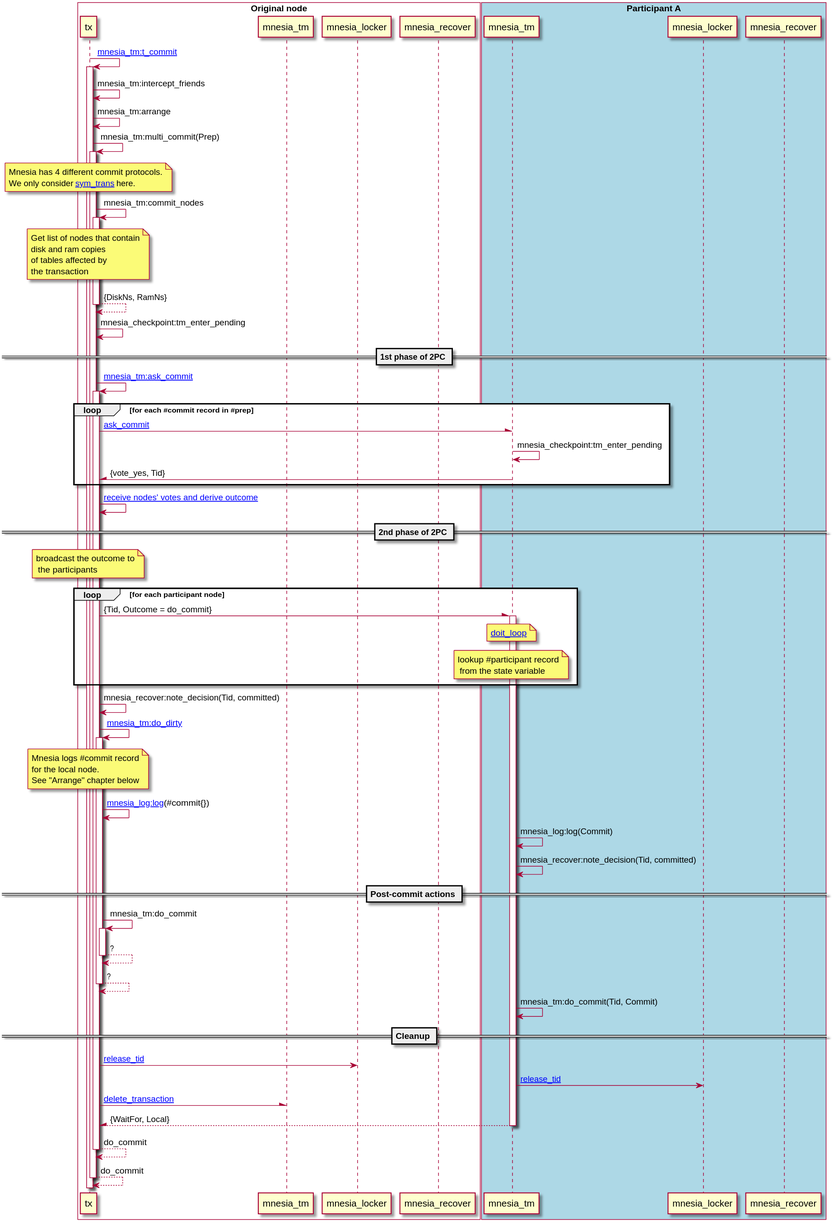
The PlantUML diagram posts/mnesia_subscr.svg in k32/k32, before a commit.
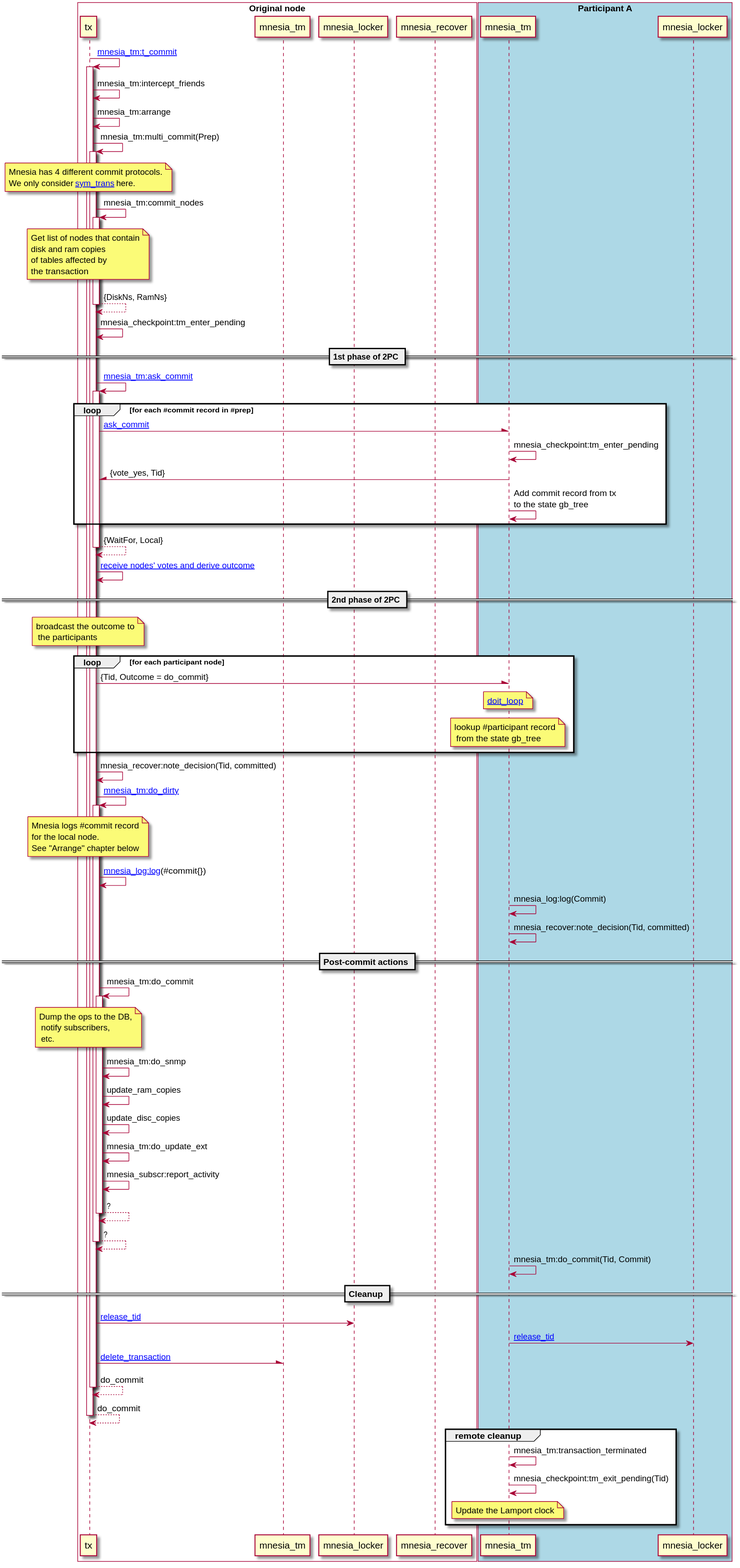
The same file after the commit.

Diff of the diagram source:
```diff
@@ -9,7 +9,6 @@
 box "Participant A" #LightBlue
   participant mnesia_tm as tm_a
   participant mnesia_locker as locker_a
-  participant mnesia_recover as recover_a
 end box
 
 tx -> tx ++ : [[https://github.com/erlang/otp/blob/OTP-24.0/lib/mnesia/src/mnesia_tm.erl#L1094 mnesia_tm:t_commit]]
@@ -32,17 +31,19 @@
         tx -\ tm_a : [[https://github.com/erlang/otp/blob/OTP-24.0/lib/mnesia/src/mnesia_tm.erl#L248 ask_commit]]
         tm_a -> tm_a : mnesia_checkpoint:tm_enter_pending
         tx /- tm_a : {vote_yes, Tid}
+
+        tm_a -> tm_a : Add commit record from tx\nto the state gb_tree
       end
+    return {WaitFor, Local}
 
-      tx -> tx : [[https://github.com/erlang/otp/blob/OTP-24.0/lib/mnesia/src/mnesia_tm.erl#L2097 receive nodes' votes and derive outcome]]
+    tx -> tx : [[https://github.com/erlang/otp/blob/OTP-24.0/lib/mnesia/src/mnesia_tm.erl#L2097 receive nodes' votes and derive outcome]]
 
 == 2nd phase of 2PC ==
     note over tx : broadcast the outcome to\n the participants
     loop for each participant node
         tx -\ tm_a : {Tid, Outcome = do_commit}
-        activate tm_a
         note over tm_a : [[https://github.com/erlang/otp/blob/OTP-24.0/lib/mnesia/src/mnesia_tm.erl#L273 doit_loop]]
-        note over tm_a : lookup #participant record\n from the state variable
+        note over tm_a : lookup #participant record\n from the state gb_tree
     end
 
     tx -> tx : mnesia_recover:note_decision(Tid, committed)
@@ -55,9 +56,13 @@
         tm_a -> tm_a : mnesia_recover:note_decision(Tid, committed)
 
 == Post-commit actions ==
-    tx -> tx ++ : mnesia_tm:do_commit
-
-
+      tx -> tx ++ : mnesia_tm:do_commit
+        note over tx: Dump the ops to the DB,\n notify subscribers,\n etc.
+        tx -> tx : mnesia_tm:do_snmp
+        tx -> tx : update_ram_copies
+        tx -> tx : update_disc_copies
+        tx -> tx : mnesia_tm:do_update_ext
+        tx -> tx : mnesia_subscr:report_activity
       return ?
     return ?
 
@@ -69,7 +74,12 @@
 
 
     tx -\ tm : [[https://github.com/erlang/otp/blob/OTP-24.0/lib/mnesia/src/mnesia_tm.erl#L377 delete_transaction]]
-    return {WaitFor, Local}
   return do_commit
 return do_commit
+
+group remote cleanup
+    tm_a -> tm_a : mnesia_tm:transaction_terminated
+    tm_a -> tm_a : mnesia_checkpoint:tm_exit_pending(Tid)
+    note over tm_a: Update the Lamport clock
+end
 @enduml
```
